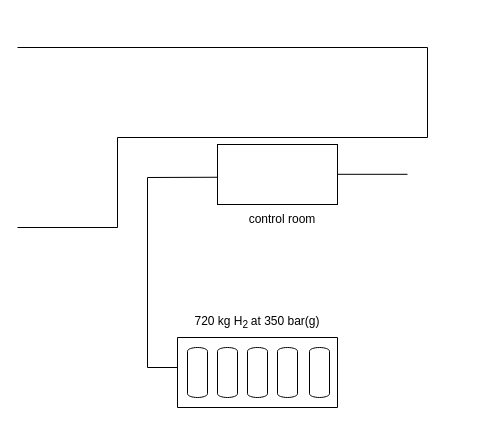
Before: test_layout_revinge.drawio in gatw/draw_io, a draw.io diagram. Source tidied: cells renumbered, new cells numbered last; positions are measured from the earlier drawing's top-left corner, leaving out a move shared by most shapes. Both pictures are drawn from the tidied source at 100%, with x=0, y=0 at pixel (17, 47).
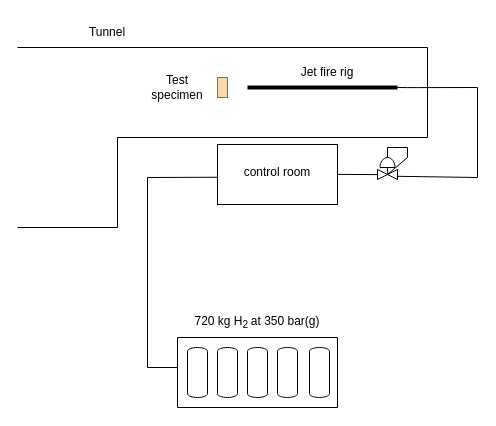
The same page after the edit.

Commit message:
plan view completed

What changed in the source:
```diff
@@
     <mxCell id="18" value="control room" style="text;html=1;align=center;verticalAlign=middle;whiteSpace=wrap;rounded=0;" parent="1" vertex="1">
-      <mxGeometry x="230" y="157" width="70" height="30" as="geometry" />
+      <mxGeometry x="225" y="110" width="70" height="30" as="geometry" />
     </mxCell>
@@
-    <mxCell id="21" style="endArrow=none;html=1;rounded=0;entryX=-0.003;entryY=0.546;entryDx=0;entryDy=0;entryPerimeter=0;" parent="1" edge="1">
+    <mxCell id="21" style="endArrow=none;html=1;rounded=0;" parent="1" edge="1">
       <mxGeometry relative="1" as="geometry">
-        <mxPoint x="320" y="126.8" as="sourcePoint" />
-        <mxPoint x="390" y="126.8" as="targetPoint" />
+        <mxPoint x="320" y="126.9" as="sourcePoint" />
+        <mxPoint x="360" y="127.1" as="targetPoint" />
       </mxGeometry>
     </mxCell>
+    <mxCell id="22" style="verticalLabelPosition=bottom;align=center;html=1;verticalAlign=top;dashed=0;shape=mxgraph.pid2valves.valve;valveType=gate;" parent="1" vertex="1">
+      <mxGeometry x="360" y="122" width="20" height="10" as="geometry" />
+    </mxCell>
+    <mxCell id="23" style="endArrow=none;html=1;rounded=0;exitX=0.5;exitY=1;exitDx=0;exitDy=0;exitPerimeter=0;" parent="1" edge="1" source="28">
+      <mxGeometry relative="1" as="geometry">
+        <mxPoint x="375" y="100" as="targetPoint" />
+        <Array as="points">
+          <mxPoint x="370" y="100" />
+        </Array>
+      </mxGeometry>
+    </mxCell>
+    <mxCell id="24" style="endArrow=none;html=1;rounded=0;" parent="1" edge="1">
+      <mxGeometry relative="1" as="geometry">
+        <mxPoint x="390" y="100" as="sourcePoint" />
+        <mxPoint x="375" y="100" as="targetPoint" />
+      </mxGeometry>
+    </mxCell>
+    <mxCell id="25" style="endArrow=none;html=1;rounded=0;" parent="1" edge="1">
+      <mxGeometry relative="1" as="geometry">
+        <mxPoint x="390" y="110" as="sourcePoint" />
+        <mxPoint x="390" y="100" as="targetPoint" />
+        <Array as="points">
+          <mxPoint x="390" y="100" />
+        </Array>
+      </mxGeometry>
+    </mxCell>
+    <mxCell id="26" style="endArrow=none;html=1;rounded=0;exitX=0.507;exitY=0.492;exitDx=0;exitDy=0;exitPerimeter=0;" parent="1" edge="1" source="22">
+      <mxGeometry relative="1" as="geometry">
+        <mxPoint x="390" y="110" as="targetPoint" />
+      </mxGeometry>
+    </mxCell>
+    <mxCell id="27" style="endArrow=none;html=1;rounded=0;exitX=0.511;exitY=0.556;exitDx=0;exitDy=0;exitPerimeter=0;" parent="1" edge="1" source="22">
+      <mxGeometry relative="1" as="geometry">
+        <mxPoint x="370" y="120" as="targetPoint" />
+      </mxGeometry>
+    </mxCell>
+    <mxCell id="28" style="verticalLabelPosition=bottom;verticalAlign=top;html=1;shape=mxgraph.basic.half_circle;rotation=-180;" parent="1" vertex="1">
+      <mxGeometry x="362.5" y="110" width="15" height="10" as="geometry" />
+    </mxCell>
+    <mxCell id="29" style="endArrow=none;html=1;rounded=0;" parent="1" edge="1">
+      <mxGeometry relative="1" as="geometry">
+        <mxPoint x="380" y="128.8" as="sourcePoint" />
+        <mxPoint x="460" y="40" as="targetPoint" />
+        <Array as="points">
+          <mxPoint x="460" y="130" />
+        </Array>
+      </mxGeometry>
+    </mxCell>
+    <mxCell id="30" style="endArrow=none;html=1;rounded=0;strokeWidth=4;" parent="1" edge="1">
+      <mxGeometry relative="1" as="geometry">
+        <mxPoint x="230" y="40" as="sourcePoint" />
+        <mxPoint x="380" y="40" as="targetPoint" />
+      </mxGeometry>
+    </mxCell>
+    <mxCell id="31" style="endArrow=none;html=1;rounded=0;" parent="1" edge="1">
+      <mxGeometry relative="1" as="geometry">
+        <mxPoint x="380" y="40" as="sourcePoint" />
+        <mxPoint x="460" y="40" as="targetPoint" />
+        <Array as="points">
+          <mxPoint x="390" y="40.1" />
+          <mxPoint x="400" y="40.1" />
+        </Array>
+      </mxGeometry>
+    </mxCell>
+    <mxCell id="32" value="Jet fire rig" style="text;html=1;align=center;verticalAlign=middle;whiteSpace=wrap;rounded=0;" parent="1" vertex="1">
+      <mxGeometry x="280" y="10" width="60" height="30" as="geometry" />
+    </mxCell>
+    <mxCell id="33" value="&lt;div&gt;Tunnel&lt;/div&gt;" style="text;html=1;align=center;verticalAlign=middle;whiteSpace=wrap;rounded=0;" parent="1" vertex="1">
+      <mxGeometry x="60" y="-30" width="60" height="30" as="geometry" />
+    </mxCell>
+    <mxCell id="34" style="rounded=0;whiteSpace=wrap;html=1;fillColor=#fad7ac;strokeColor=#b46504;" parent="1" vertex="1">
+      <mxGeometry x="200" y="30" width="10" height="20" as="geometry" />
+    </mxCell>
+    <mxCell id="35" value="Test specimen" style="text;html=1;align=center;verticalAlign=middle;whiteSpace=wrap;rounded=0;" parent="1" vertex="1">
+      <mxGeometry x="130" y="25" width="60" height="30" as="geometry" />
+    </mxCell>
```
